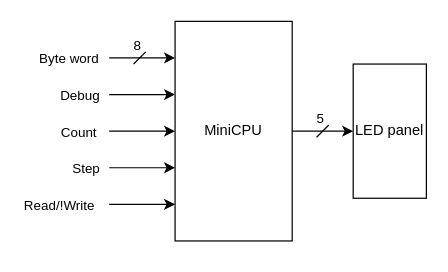
AndreiSaldorfean/MiniCpu keeps this draw.io diagram as docs/MiniCPUBlackBox.drawio. Above is the earlier version. Source tidied: cells renumbered, new cells numbered last; positions are measured from the earlier drawing's top-left corner, leaving out a move shared by most shapes. Both pictures are drawn from the tidied source at 122%, with x=0, y=0 at pixel (109, 21).
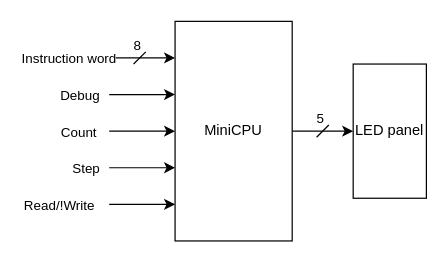
The same diagram, later.

Commit message:
Updated black box model

The change refers to these unchanged cells:
```xml
<mxCell id="4" style="endArrow=classic;html=1;rounded=0;" parent="1" edge="1">
  <mxGeometry relative="1" as="geometry">
    <mxPoint y="30" as="sourcePoint" />
    <mxPoint x="54" y="30" as="targetPoint" />
  </mxGeometry>
</mxCell>
```

Diff of the diagram source:
```diff
@@
-    <mxCell id="5" value="Byte word" style="edgeLabel;html=1;align=center;verticalAlign=middle;" parent="4" vertex="1">
+    <mxCell id="5" value="Instruction word" style="edgeLabel;html=1;align=center;verticalAlign=middle;" parent="4" vertex="1">
       <mxGeometry x="-0.28" y="1" relative="1" as="geometry">
         <mxPoint x="-53" y="1" as="offset" />
       </mxGeometry>
     </mxCell>
```
